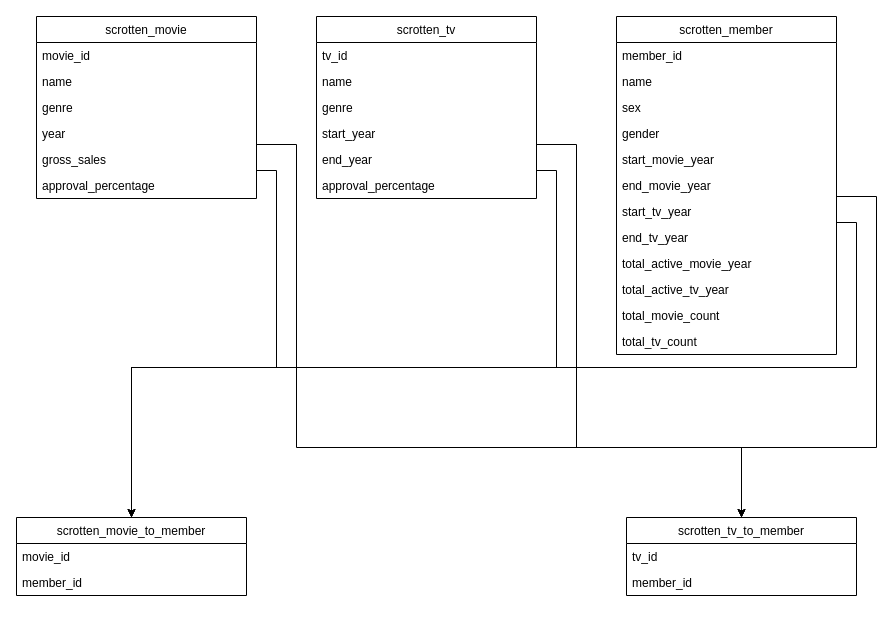
The draw.io diagram design/rotten_scrapper_design.drawio in ctjong27/scrotten_movies, before the edit. Source tidied: cells renumbered, new cells numbered last; positions are measured from the earlier drawing's top-left corner, leaving out a move shared by most shapes. Both pictures are drawn from the tidied source at 100%, with x=0, y=0 at pixel (16, 16).
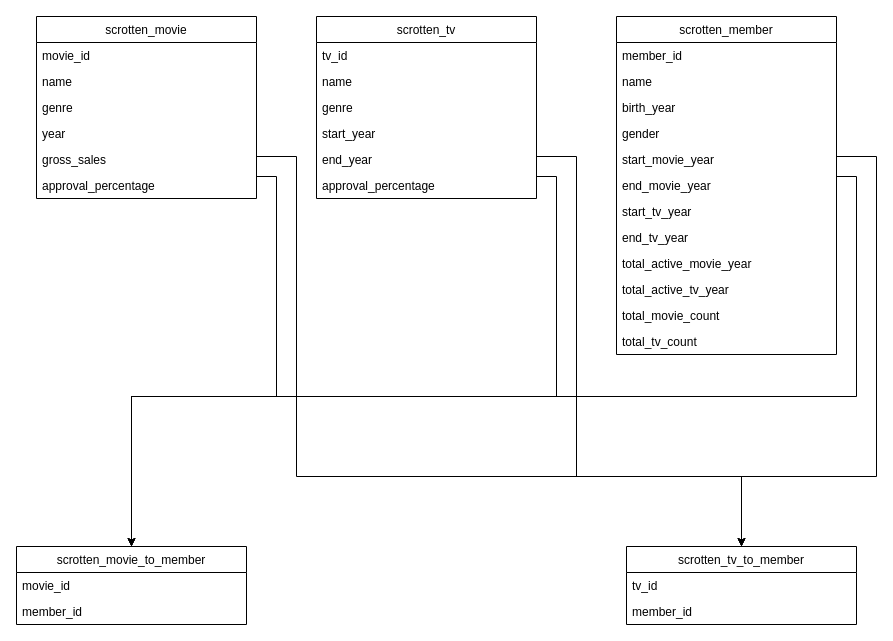
The same diagram, later.

Unchanged cells that the change refers to:
```xml
<mxCell id="6" value="year" style="text;strokeColor=none;fillColor=none;align=left;verticalAlign=top;spacingLeft=4;spacingRight=4;overflow=hidden;points=[[0,0.5],[1,0.5]];portConstraint=eastwest;" parent="2" vertex="1">
  <mxGeometry y="104" width="220" height="26" as="geometry" />
</mxCell>
<mxCell id="7" value="gross_sales" style="text;strokeColor=none;fillColor=none;align=left;verticalAlign=top;spacingLeft=4;spacingRight=4;overflow=hidden;points=[[0,0.5],[1,0.5]];portConstraint=eastwest;" parent="2" vertex="1">
  <mxGeometry y="130" width="220" height="26" as="geometry" />
</mxCell>
<mxCell id="9" value="scrotten_member" style="swimlane;fontStyle=0;horizontal=1;startSize=26;" parent="1" vertex="1">
  <mxGeometry x="600" width="220" height="338" as="geometry" />
</mxCell>
<mxCell id="26" value="start_year" style="text;strokeColor=none;fillColor=none;align=left;verticalAlign=top;spacingLeft=4;spacingRight=4;overflow=hidden;points=[[0,0.5],[1,0.5]];portConstraint=eastwest;" parent="22" vertex="1">
  <mxGeometry y="104" width="220" height="26" as="geometry" />
</mxCell>
<mxCell id="27" value="end_year" style="text;strokeColor=none;fillColor=none;align=left;verticalAlign=top;spacingLeft=4;spacingRight=4;overflow=hidden;points=[[0,0.5],[1,0.5]];portConstraint=eastwest;" parent="22" vertex="1">
  <mxGeometry y="130" width="220" height="26" as="geometry" />
</mxCell>
```

Diff of the diagram source:
```diff
@@
-    <mxCell id="12" value="sex" style="text;strokeColor=none;fillColor=none;align=left;verticalAlign=top;spacingLeft=4;spacingRight=4;overflow=hidden;" parent="9" vertex="1">
-      <mxGeometry y="78" width="220" height="26" as="geometry" />
-    </mxCell>
-    <mxCell id="13" value="gender" style="text;strokeColor=none;fillColor=none;align=left;verticalAlign=top;spacingLeft=4;spacingRight=4;overflow=hidden;" parent="9" vertex="1">
-      <mxGeometry y="104" width="220" height="26" as="geometry" />
+    <mxCell id="13" value="birth_year" style="text;strokeColor=none;fillColor=none;align=left;verticalAlign=top;spacingLeft=4;spacingRight=4;overflow=hidden;" parent="9" vertex="1">
+      <mxGeometry y="78" width="220" height="26" as="geometry" />
     </mxCell>
-    <mxCell id="14" value="start_movie_year" style="text;strokeColor=none;fillColor=none;align=left;verticalAlign=top;spacingLeft=4;spacingRight=4;overflow=hidden;" parent="9" vertex="1">
-      <mxGeometry y="130" width="220" height="26" as="geometry" />
+    <mxCell id="14" value="gender" style="text;strokeColor=none;fillColor=none;align=left;verticalAlign=top;spacingLeft=4;spacingRight=4;overflow=hidden;" parent="9" vertex="1">
+      <mxGeometry y="104" width="220" height="26" as="geometry" />
     </mxCell>
-    <mxCell id="15" value="end_movie_year" style="text;strokeColor=none;fillColor=none;align=left;verticalAlign=top;spacingLeft=4;spacingRight=4;overflow=hidden;points=[[0,0.5],[1,0.5]];portConstraint=eastwest;" parent="9" vertex="1">
-      <mxGeometry y="156" width="220" height="26" as="geometry" />
+    <mxCell id="15" value="start_movie_year" style="text;strokeColor=none;fillColor=none;align=left;verticalAlign=top;spacingLeft=4;spacingRight=4;overflow=hidden;points=[[0,0.5],[1,0.5]];portConstraint=eastwest;" parent="9" vertex="1">
+      <mxGeometry y="130" width="220" height="26" as="geometry" />
     </mxCell>
-    <mxCell id="16" value="start_tv_year" style="text;strokeColor=none;fillColor=none;align=left;verticalAlign=top;spacingLeft=4;spacingRight=4;overflow=hidden;points=[[0,0.5],[1,0.5]];portConstraint=eastwest;" parent="9" vertex="1">
-      <mxGeometry y="182" width="220" height="26" as="geometry" />
+    <mxCell id="16" value="end_movie_year" style="text;strokeColor=none;fillColor=none;align=left;verticalAlign=top;spacingLeft=4;spacingRight=4;overflow=hidden;points=[[0,0.5],[1,0.5]];portConstraint=eastwest;" parent="9" vertex="1">
+      <mxGeometry y="156" width="220" height="26" as="geometry" />
     </mxCell>
-    <mxCell id="17" value="end_tv_year" style="text;strokeColor=none;fillColor=none;align=left;verticalAlign=top;spacingLeft=4;spacingRight=4;overflow=hidden;" parent="9" vertex="1">
-      <mxGeometry y="208" width="220" height="26" as="geometry" />
+    <mxCell id="17" value="start_tv_year" style="text;strokeColor=none;fillColor=none;align=left;verticalAlign=top;spacingLeft=4;spacingRight=4;overflow=hidden;" parent="9" vertex="1">
+      <mxGeometry y="182" width="220" height="26" as="geometry" />
     </mxCell>
-    <mxCell id="18" value="total_active_movie_year" style="text;strokeColor=none;fillColor=none;align=left;verticalAlign=top;spacingLeft=4;spacingRight=4;overflow=hidden;" parent="9" vertex="1">
-      <mxGeometry y="234" width="220" height="26" as="geometry" />
+    <mxCell id="18" value="end_tv_year" style="text;strokeColor=none;fillColor=none;align=left;verticalAlign=top;spacingLeft=4;spacingRight=4;overflow=hidden;" parent="9" vertex="1">
+      <mxGeometry y="208" width="220" height="26" as="geometry" />
     </mxCell>
-    <mxCell id="19" value="total_active_tv_year" style="text;strokeColor=none;fillColor=none;align=left;verticalAlign=top;spacingLeft=4;spacingRight=4;overflow=hidden;" parent="9" vertex="1">
-      <mxGeometry y="260" width="220" height="26" as="geometry" />
+    <mxCell id="19" value="total_active_movie_year" style="text;strokeColor=none;fillColor=none;align=left;verticalAlign=top;spacingLeft=4;spacingRight=4;overflow=hidden;" parent="9" vertex="1">
+      <mxGeometry y="234" width="220" height="26" as="geometry" />
     </mxCell>
-    <mxCell id="20" value="total_movie_count" style="text;strokeColor=none;fillColor=none;align=left;verticalAlign=top;spacingLeft=4;spacingRight=4;overflow=hidden;" parent="9" vertex="1">
-      <mxGeometry y="286" width="220" height="26" as="geometry" />
+    <mxCell id="20" value="total_active_tv_year" style="text;strokeColor=none;fillColor=none;align=left;verticalAlign=top;spacingLeft=4;spacingRight=4;overflow=hidden;" parent="9" vertex="1">
+      <mxGeometry y="260" width="220" height="26" as="geometry" />
     </mxCell>
-    <mxCell id="21" value="total_tv_count" style="text;strokeColor=none;fillColor=none;align=left;verticalAlign=top;spacingLeft=4;spacingRight=4;overflow=hidden;" parent="9" vertex="1">
-      <mxGeometry y="312" width="220" height="26" as="geometry" />
+    <mxCell id="21" value="total_movie_count" style="text;strokeColor=none;fillColor=none;align=left;verticalAlign=top;spacingLeft=4;spacingRight=4;overflow=hidden;" parent="9" vertex="1">
+      <mxGeometry y="286" width="220" height="26" as="geometry" />
     </mxCell>
+    <mxCell id="41" value="total_tv_count" style="text;strokeColor=none;fillColor=none;align=left;verticalAlign=top;spacingLeft=4;spacingRight=4;overflow=hidden;" parent="9" vertex="1">
+      <mxGeometry y="312" width="220" height="26" as="geometry" />
+    </mxCell>
@@
     <mxCell id="29" value="scrotten_movie_to_member" style="swimlane;fontStyle=0;horizontal=1;startSize=26;fillColor=none;" parent="1" vertex="1">
-      <mxGeometry y="501" width="230" height="78" as="geometry" />
+      <mxGeometry y="530" width="230" height="78" as="geometry" />
     </mxCell>
@@
     <mxCell id="32" value="scrotten_tv_to_member" style="swimlane;fontStyle=0;horizontal=1;startSize=26;fillColor=none;" parent="1" vertex="1">
-      <mxGeometry x="610" y="501" width="230" height="78" as="geometry" />
+      <mxGeometry x="610" y="530" width="230" height="78" as="geometry" />
     </mxCell>
@@
     <mxCell id="35" style="edgeStyle=orthogonalEdgeStyle;rounded=0;jettySize=auto;html=1;exitX=1;exitY=0.5;exitDx=0;exitDy=0;entryX=0.5;entryY=0;entryDx=0;entryDy=0;" parent="1" edge="1" source="7" target="29">
       <mxGeometry relative="1" as="geometry">
         <Array as="points">
-          <mxPoint x="260" y="154" />
-          <mxPoint x="260" y="351" />
-          <mxPoint x="115" y="351" />
+          <mxPoint x="240" y="160" />
+          <mxPoint x="260" y="160" />
+          <mxPoint x="260" y="380" />
+          <mxPoint x="115" y="380" />
         </Array>
       </mxGeometry>
     </mxCell>
     <mxCell id="36" style="edgeStyle=orthogonalEdgeStyle;rounded=0;jettySize=auto;html=1;exitX=1;exitY=0.5;exitDx=0;exitDy=0;entryX=0.5;entryY=0;entryDx=0;entryDy=0;" parent="1" edge="1" source="27" target="29">
       <mxGeometry relative="1" as="geometry">
         <Array as="points">
-          <mxPoint x="540" y="154" />
-          <mxPoint x="540" y="351" />
-          <mxPoint x="115" y="351" />
+          <mxPoint x="520" y="160" />
+          <mxPoint x="540" y="160" />
+          <mxPoint x="540" y="380" />
+          <mxPoint x="115" y="380" />
         </Array>
       </mxGeometry>
     </mxCell>
     <mxCell id="37" style="edgeStyle=orthogonalEdgeStyle;rounded=0;jettySize=auto;html=1;exitX=1;exitY=0.5;exitDx=0;exitDy=0;entryX=0.5;entryY=0;entryDx=0;entryDy=0;" parent="1" edge="1" source="16" target="29">
       <mxGeometry relative="1" as="geometry">
         <Array as="points">
-          <mxPoint x="840" y="206" />
-          <mxPoint x="840" y="351" />
-          <mxPoint x="115" y="351" />
+          <mxPoint x="820" y="160" />
+          <mxPoint x="840" y="160" />
+          <mxPoint x="840" y="380" />
+          <mxPoint x="115" y="380" />
         </Array>
       </mxGeometry>
     </mxCell>
     <mxCell id="38" style="edgeStyle=orthogonalEdgeStyle;rounded=0;jettySize=auto;html=1;exitX=1;exitY=0.5;exitDx=0;exitDy=0;entryX=0.5;entryY=0;entryDx=0;entryDy=0;" parent="1" edge="1" source="6" target="32">
       <mxGeometry relative="1" as="geometry">
         <Array as="points">
-          <mxPoint x="280" y="128" />
-          <mxPoint x="280" y="431" />
-          <mxPoint x="725" y="431" />
+          <mxPoint x="240" y="140" />
+          <mxPoint x="280" y="140" />
+          <mxPoint x="280" y="460" />
+          <mxPoint x="725" y="460" />
         </Array>
       </mxGeometry>
     </mxCell>
     <mxCell id="39" style="edgeStyle=orthogonalEdgeStyle;rounded=0;jettySize=auto;html=1;exitX=1;exitY=0.5;exitDx=0;exitDy=0;entryX=0.5;entryY=0;entryDx=0;entryDy=0;" parent="1" edge="1" source="26" target="32">
       <mxGeometry relative="1" as="geometry">
         <Array as="points">
-          <mxPoint x="560" y="128" />
-          <mxPoint x="560" y="431" />
-          <mxPoint x="725" y="431" />
+          <mxPoint x="520" y="140" />
+          <mxPoint x="560" y="140" />
+          <mxPoint x="560" y="460" />
+          <mxPoint x="725" y="460" />
         </Array>
       </mxGeometry>
     </mxCell>
     <mxCell id="40" style="edgeStyle=orthogonalEdgeStyle;rounded=0;jettySize=auto;html=1;exitX=1;exitY=0.5;exitDx=0;exitDy=0;entryX=0.5;entryY=0;entryDx=0;entryDy=0;" parent="1" edge="1" source="15" target="32">
       <mxGeometry relative="1" as="geometry">
         <Array as="points">
-          <mxPoint x="860" y="180" />
-          <mxPoint x="860" y="431" />
-          <mxPoint x="725" y="431" />
+          <mxPoint x="820" y="140" />
+          <mxPoint x="860" y="140" />
+          <mxPoint x="860" y="460" />
+          <mxPoint x="725" y="460" />
         </Array>
       </mxGeometry>
     </mxCell>
```
